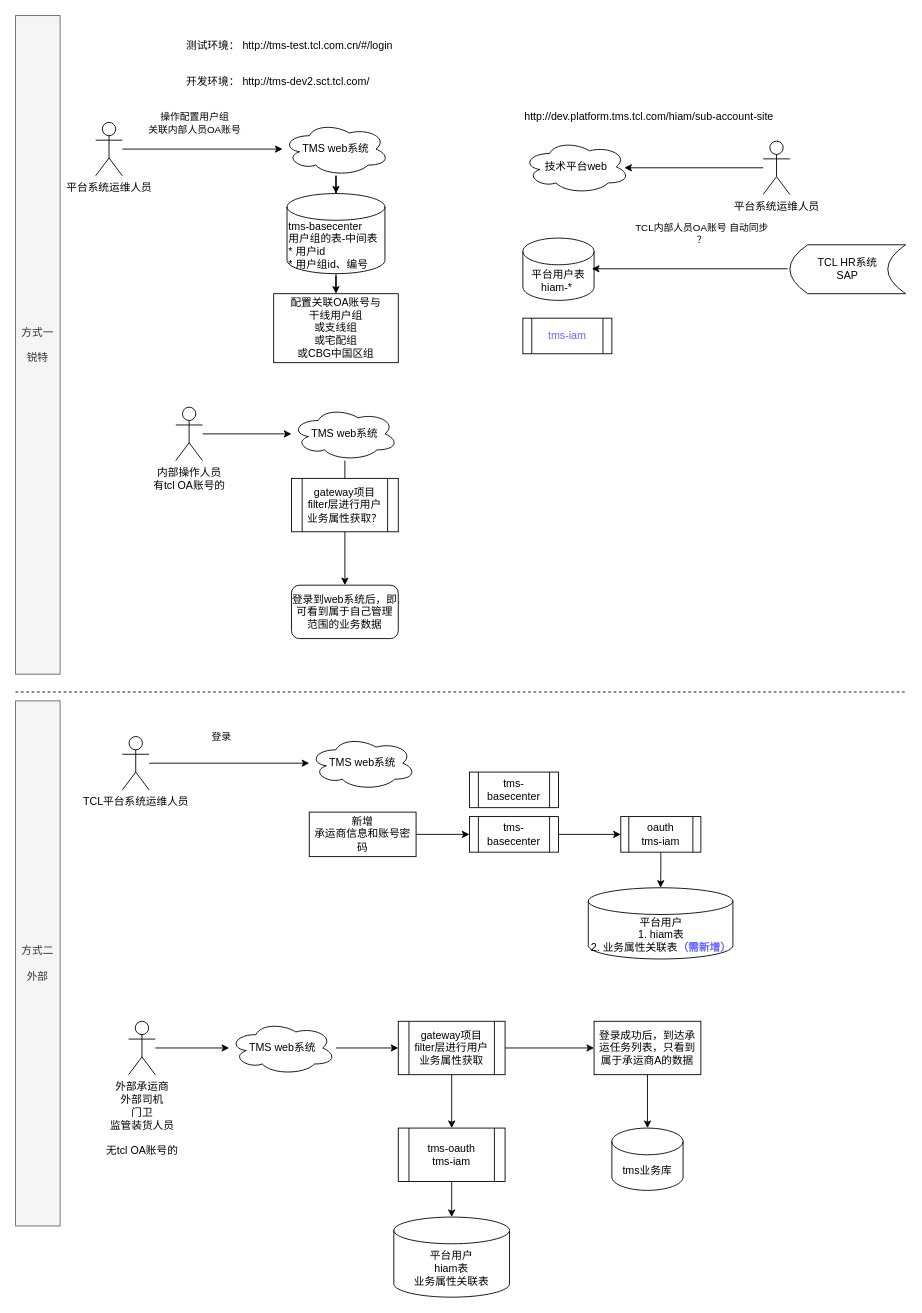
Above: page "用户数据权限" (10 of 10) of TMS.drawio in lawplus/diagrams (draw.io), before the change. Source tidied: cells renumbered, new cells numbered last; positions are measured from the earlier drawing's top-left corner, leaving out a move shared by most shapes. Both pictures are drawn from the tidied source at 89%, with x=0, y=0 at pixel (15, 15).
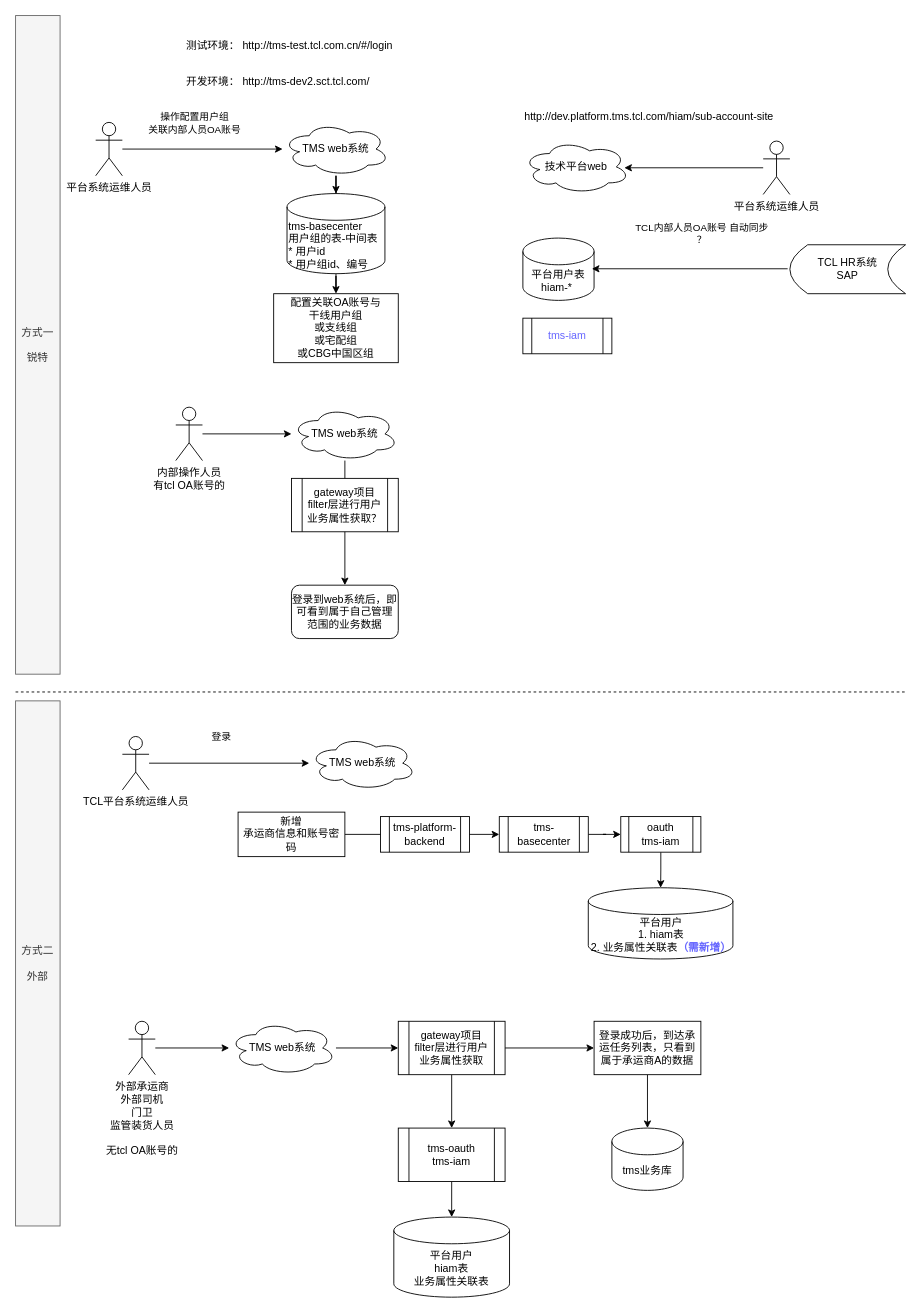
After the change.

The edit, as a diff of the source:
```diff
@@
     <mxCell id="45" value="新增&lt;br&gt;承运商信息和账号密码" style="rounded=0;whiteSpace=wrap;html=1;" parent="1" vertex="1">
-      <mxGeometry x="330" y="895" width="120" height="50" as="geometry" />
+      <mxGeometry x="250" y="895" width="120" height="50" as="geometry" />
     </mxCell>
@@
     <mxCell id="48" value="tms-basecenter" style="shape=process;whiteSpace=wrap;html=1;backgroundOutline=1;" parent="1" vertex="1">
-      <mxGeometry x="510" y="900" width="100" height="40" as="geometry" />
+      <mxGeometry x="543.5" y="900" width="100" height="40" as="geometry" />
     </mxCell>
@@
-    <mxCell id="52" value="tms-basecenter" style="shape=process;whiteSpace=wrap;html=1;backgroundOutline=1;" parent="1" vertex="1">
-      <mxGeometry x="510" y="850" width="100" height="40" as="geometry" />
+    <mxCell id="52" value="tms-platform-backend" style="shape=process;whiteSpace=wrap;html=1;backgroundOutline=1;" parent="1" vertex="1">
+      <mxGeometry x="410" y="900" width="100" height="40" as="geometry" />
     </mxCell>
```
